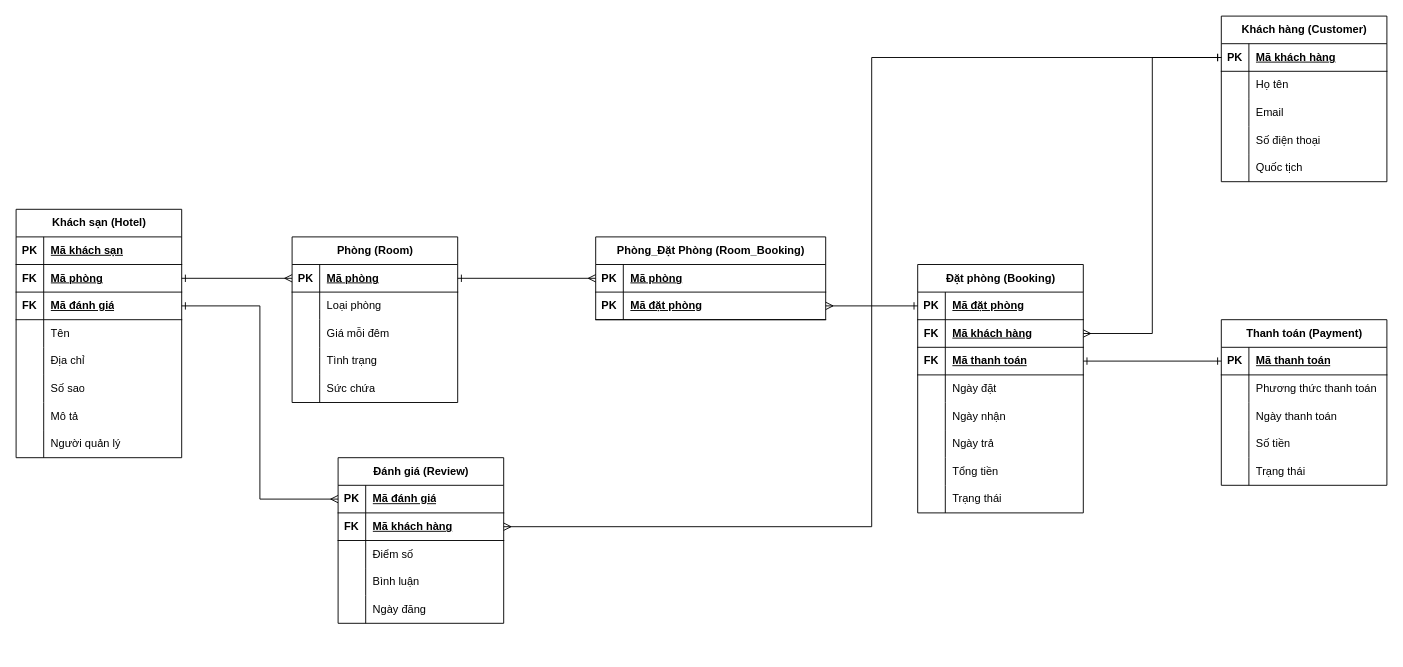
The draw.io diagram session-01/drawio/[ Giỏi ] Hệ thống Quản lý Đặt phòng Khách sạn.drawio in DungDev12/JB-IOC-PTHB260407, before the edit. Source tidied: cells renumbered, new cells numbered last; positions are measured from the earlier drawing's top-left corner, leaving out a move shared by most shapes. Both pictures are drawn from the tidied source at 92%, with x=0, y=0 at pixel (16, 16).
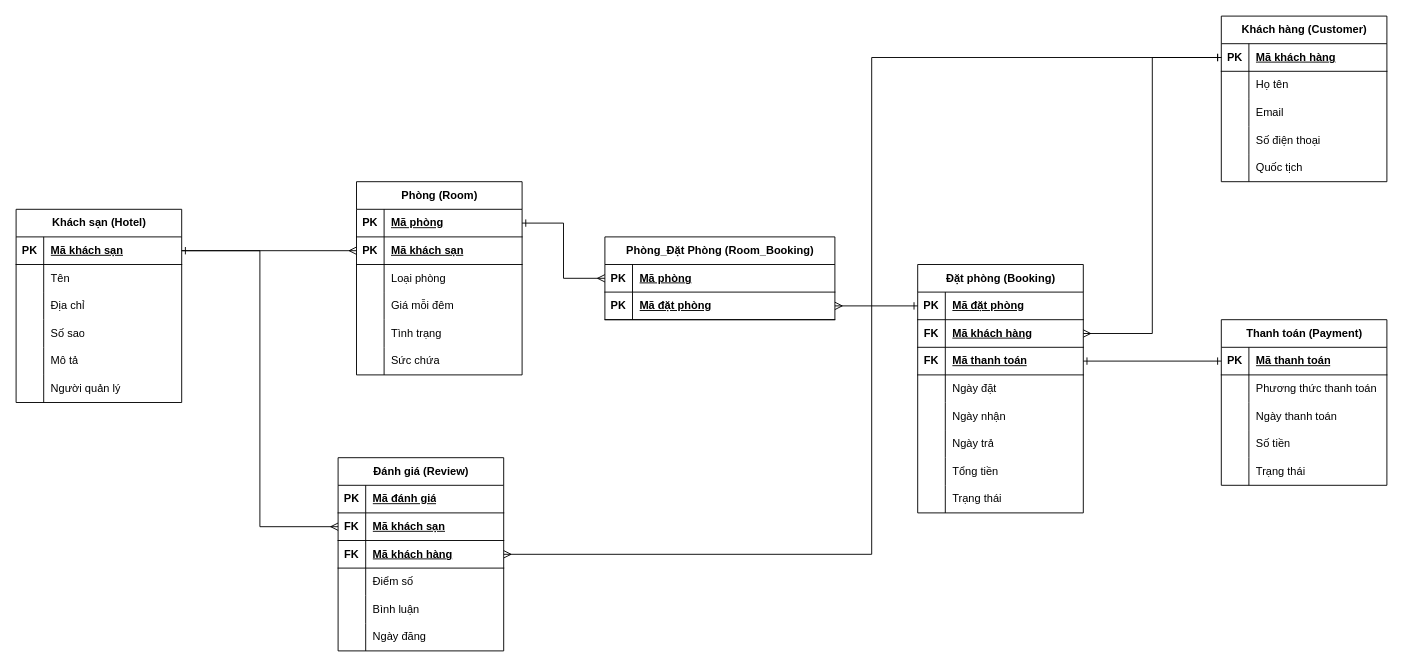
Above is the later version.

Unchanged cells that the change refers to:
```xml
<mxCell id="3" style="shape=tableRow;horizontal=0;startSize=0;swimlaneHead=0;swimlaneBody=0;fillColor=none;points=[[0,0.5],[1,0.5]];portConstraint=eastwest;top=0;left=0;right=0;bottom=1;" parent="2" vertex="1">
  <mxGeometry y="30" width="180" height="30" as="geometry" />
</mxCell>
<mxCell id="53" style="shape=tableRow;horizontal=0;startSize=0;swimlaneHead=0;swimlaneBody=0;fillColor=none;points=[[0,0.5],[1,0.5]];portConstraint=eastwest;top=0;left=0;right=0;bottom=1;" parent="52" vertex="1">
  <mxGeometry y="30" width="180" height="30" as="geometry" />
</mxCell>
<mxCell id="69" style="shape=tableRow;horizontal=0;startSize=0;swimlaneHead=0;swimlaneBody=0;fillColor=none;points=[[0,0.5],[1,0.5]];portConstraint=eastwest;top=0;left=0;right=0;bottom=1;" parent="68" vertex="1">
  <mxGeometry y="30" width="180" height="30" as="geometry" />
</mxCell>
<mxCell id="85" style="shape=tableRow;horizontal=0;startSize=0;swimlaneHead=0;swimlaneBody=0;fillColor=none;points=[[0,0.5],[1,0.5]];portConstraint=eastwest;top=0;left=0;right=0;bottom=1;" parent="84" vertex="1">
  <mxGeometry y="30" width="180" height="30" as="geometry" />
</mxCell>
```

Change to the diagram source:
```diff
@@
     <mxCell id="2" value="Khách sạn (Hotel)" style="shape=table;startSize=30;childLayout=tableLayout;rowLines=0;fontStyle=1;align=center;html=1;" parent="1" vertex="1">
-      <mxGeometry y="210" width="180" height="270" as="geometry" />
+      <mxGeometry y="210" width="180" height="210" as="geometry" />
     </mxCell>
@@
-    <mxCell id="6" style="shape=tableRow;horizontal=0;startSize=0;swimlaneHead=0;swimlaneBody=0;fillColor=none;points=[[0,0.5],[1,0.5]];portConstraint=eastwest;top=0;left=0;right=0;bottom=1;" parent="2" vertex="1">
-      <mxGeometry y="60" width="180" height="30" as="geometry" />
-    </mxCell>
-    <mxCell id="7" value="FK" style="shape=partialRectangle;fillColor=none;top=0;left=0;bottom=0;right=0;fontStyle=1;overflow=hidden;whiteSpace=wrap;html=1;" parent="6" vertex="1">
-      <mxGeometry width="30" height="30" as="geometry" />
-    </mxCell>
-    <mxCell id="8" value="Mã phòng" style="shape=partialRectangle;fillColor=none;top=0;left=0;bottom=0;right=0;align=left;spacingLeft=6;fontStyle=5;overflow=hidden;whiteSpace=wrap;html=1;" parent="6" vertex="1">
-      <mxGeometry x="30" width="150" height="30" as="geometry" />
-    </mxCell>
-    <mxCell id="9" style="shape=tableRow;horizontal=0;startSize=0;swimlaneHead=0;swimlaneBody=0;fillColor=none;points=[[0,0.5],[1,0.5]];portConstraint=eastwest;top=0;left=0;right=0;bottom=1;" parent="2" vertex="1">
-      <mxGeometry y="90" width="180" height="30" as="geometry" />
-    </mxCell>
-    <mxCell id="10" value="FK" style="shape=partialRectangle;fillColor=none;top=0;left=0;bottom=0;right=0;fontStyle=1;overflow=hidden;whiteSpace=wrap;html=1;" parent="9" vertex="1">
-      <mxGeometry width="30" height="30" as="geometry" />
-    </mxCell>
-    <mxCell id="11" value="Mã đánh giá" style="shape=partialRectangle;fillColor=none;top=0;left=0;bottom=0;right=0;align=left;spacingLeft=6;fontStyle=5;overflow=hidden;whiteSpace=wrap;html=1;" parent="9" vertex="1">
-      <mxGeometry x="30" width="150" height="30" as="geometry" />
-    </mxCell>
     <mxCell id="12" style="shape=tableRow;horizontal=0;startSize=0;swimlaneHead=0;swimlaneBody=0;fillColor=none;top=0;left=0;right=0;bottom=0;" parent="2" vertex="1">
-      <mxGeometry y="120" width="180" height="30" as="geometry" />
+      <mxGeometry y="60" width="180" height="30" as="geometry" />
     </mxCell>
@@
     <mxCell id="15" style="shape=tableRow;horizontal=0;startSize=0;swimlaneHead=0;swimlaneBody=0;fillColor=none;top=0;left=0;right=0;bottom=0;" parent="2" vertex="1">
-      <mxGeometry y="150" width="180" height="30" as="geometry" />
+      <mxGeometry y="90" width="180" height="30" as="geometry" />
     </mxCell>
@@
     <mxCell id="18" style="shape=tableRow;horizontal=0;startSize=0;swimlaneHead=0;swimlaneBody=0;fillColor=none;top=0;left=0;right=0;bottom=0;" parent="2" vertex="1">
-      <mxGeometry y="180" width="180" height="30" as="geometry" />
+      <mxGeometry y="120" width="180" height="30" as="geometry" />
     </mxCell>
@@
     <mxCell id="21" style="shape=tableRow;horizontal=0;startSize=0;swimlaneHead=0;swimlaneBody=0;fillColor=none;top=0;left=0;right=0;bottom=0;" parent="2" vertex="1">
-      <mxGeometry y="210" width="180" height="30" as="geometry" />
+      <mxGeometry y="150" width="180" height="30" as="geometry" />
     </mxCell>
@@
     <mxCell id="24" style="shape=tableRow;horizontal=0;startSize=0;swimlaneHead=0;swimlaneBody=0;fillColor=none;top=0;left=0;right=0;bottom=0;" parent="2" vertex="1">
-      <mxGeometry y="240" width="180" height="30" as="geometry" />
+      <mxGeometry y="180" width="180" height="30" as="geometry" />
     </mxCell>
@@
     <mxCell id="68" value="Phòng (Room)" style="shape=table;startSize=30;childLayout=tableLayout;rowLines=0;fontStyle=1;align=center;html=1;" parent="1" vertex="1">
-      <mxGeometry x="300" y="240" width="180" height="180" as="geometry" />
+      <mxGeometry x="370" y="180" width="180" height="210" as="geometry" />
     </mxCell>
@@
+    <mxCell id="130" style="shape=tableRow;horizontal=0;startSize=0;swimlaneHead=0;swimlaneBody=0;fillColor=none;points=[[0,0.5],[1,0.5]];portConstraint=eastwest;top=0;left=0;right=0;bottom=1;" parent="68" vertex="1">
+      <mxGeometry y="60" width="180" height="30" as="geometry" />
+    </mxCell>
+    <mxCell id="131" value="PK" style="shape=partialRectangle;fillColor=none;top=0;left=0;bottom=0;right=0;fontStyle=1;overflow=hidden;whiteSpace=wrap;html=1;" parent="130" vertex="1">
+      <mxGeometry width="30" height="30" as="geometry" />
+    </mxCell>
+    <mxCell id="132" value="Mã khách sạn" style="shape=partialRectangle;fillColor=none;top=0;left=0;bottom=0;right=0;align=left;spacingLeft=6;fontStyle=5;overflow=hidden;whiteSpace=wrap;html=1;" parent="130" vertex="1">
+      <mxGeometry x="30" width="150" height="30" as="geometry" />
+    </mxCell>
     <mxCell id="72" style="shape=tableRow;horizontal=0;startSize=0;swimlaneHead=0;swimlaneBody=0;fillColor=none;top=0;left=0;right=0;bottom=0;" parent="68" vertex="1">
-      <mxGeometry y="60" width="180" height="30" as="geometry" />
+      <mxGeometry y="90" width="180" height="30" as="geometry" />
     </mxCell>
@@
     <mxCell id="75" style="shape=tableRow;horizontal=0;startSize=0;swimlaneHead=0;swimlaneBody=0;fillColor=none;top=0;left=0;right=0;bottom=0;" parent="68" vertex="1">
-      <mxGeometry y="90" width="180" height="30" as="geometry" />
+      <mxGeometry y="120" width="180" height="30" as="geometry" />
     </mxCell>
@@
     <mxCell id="78" style="shape=tableRow;horizontal=0;startSize=0;swimlaneHead=0;swimlaneBody=0;fillColor=none;top=0;left=0;right=0;bottom=0;" parent="68" vertex="1">
-      <mxGeometry y="120" width="180" height="30" as="geometry" />
+      <mxGeometry y="150" width="180" height="30" as="geometry" />
     </mxCell>
@@
     <mxCell id="81" style="shape=tableRow;horizontal=0;startSize=0;swimlaneHead=0;swimlaneBody=0;fillColor=none;top=0;left=0;right=0;bottom=0;" parent="68" vertex="1">
-      <mxGeometry y="150" width="180" height="30" as="geometry" />
+      <mxGeometry y="180" width="180" height="30" as="geometry" />
     </mxCell>
@@
     <mxCell id="84" value="Đánh giá (Review)" style="shape=table;startSize=30;childLayout=tableLayout;rowLines=0;fontStyle=1;align=center;html=1;" parent="1" vertex="1">
-      <mxGeometry x="350" y="480" width="180" height="180" as="geometry" />
+      <mxGeometry x="350" y="480" width="180" height="210" as="geometry" />
     </mxCell>
@@
+    <mxCell id="133" style="shape=tableRow;horizontal=0;startSize=0;swimlaneHead=0;swimlaneBody=0;fillColor=none;points=[[0,0.5],[1,0.5]];portConstraint=eastwest;top=0;left=0;right=0;bottom=1;" parent="84" vertex="1">
+      <mxGeometry y="60" width="180" height="30" as="geometry" />
+    </mxCell>
+    <mxCell id="134" value="FK" style="shape=partialRectangle;fillColor=none;top=0;left=0;bottom=0;right=0;fontStyle=1;overflow=hidden;whiteSpace=wrap;html=1;" parent="133" vertex="1">
+      <mxGeometry width="30" height="30" as="geometry" />
+    </mxCell>
+    <mxCell id="135" value="Mã khách sạn" style="shape=partialRectangle;fillColor=none;top=0;left=0;bottom=0;right=0;align=left;spacingLeft=6;fontStyle=5;overflow=hidden;whiteSpace=wrap;html=1;" parent="133" vertex="1">
+      <mxGeometry x="30" width="150" height="30" as="geometry" />
+    </mxCell>
     <mxCell id="88" style="shape=tableRow;horizontal=0;startSize=0;swimlaneHead=0;swimlaneBody=0;fillColor=none;points=[[0,0.5],[1,0.5]];portConstraint=eastwest;top=0;left=0;right=0;bottom=1;" parent="84" vertex="1">
-      <mxGeometry y="60" width="180" height="30" as="geometry" />
+      <mxGeometry y="90" width="180" height="30" as="geometry" />
     </mxCell>
@@
     <mxCell id="91" style="shape=tableRow;horizontal=0;startSize=0;swimlaneHead=0;swimlaneBody=0;fillColor=none;top=0;left=0;right=0;bottom=0;" parent="84" vertex="1">
-      <mxGeometry y="90" width="180" height="30" as="geometry" />
+      <mxGeometry y="120" width="180" height="30" as="geometry" />
     </mxCell>
@@
     <mxCell id="94" style="shape=tableRow;horizontal=0;startSize=0;swimlaneHead=0;swimlaneBody=0;fillColor=none;top=0;left=0;right=0;bottom=0;" parent="84" vertex="1">
-      <mxGeometry y="120" width="180" height="30" as="geometry" />
+      <mxGeometry y="150" width="180" height="30" as="geometry" />
     </mxCell>
@@
     <mxCell id="97" style="shape=tableRow;horizontal=0;startSize=0;swimlaneHead=0;swimlaneBody=0;fillColor=none;top=0;left=0;right=0;bottom=0;" parent="84" vertex="1">
-      <mxGeometry y="150" width="180" height="30" as="geometry" />
+      <mxGeometry y="180" width="180" height="30" as="geometry" />
     </mxCell>
@@
     <mxCell id="100" value="Phòng_Đặt Phòng (Room_Booking)" style="shape=table;startSize=30;childLayout=tableLayout;rowLines=0;fontStyle=1;align=center;html=1;" parent="1" vertex="1">
-      <mxGeometry x="630" y="240" width="250" height="90" as="geometry" />
+      <mxGeometry x="640" y="240" width="250" height="90" as="geometry" />
     </mxCell>
@@
-    <mxCell id="123" style="edgeStyle=orthogonalEdgeStyle;rounded=0;jettySize=auto;html=1;entryX=0;entryY=0.5;entryDx=0;entryDy=0;endArrow=ERmany;endFill=0;startArrow=ERone;startFill=0;" parent="1" edge="1" source="6" target="69">
-      <mxGeometry relative="1" as="geometry" />
-    </mxCell>
-    <mxCell id="124" style="edgeStyle=orthogonalEdgeStyle;rounded=0;jettySize=auto;html=1;entryX=0;entryY=0.5;entryDx=0;entryDy=0;endArrow=ERmany;endFill=0;startArrow=ERone;startFill=0;" parent="1" edge="1" source="9" target="85">
-      <mxGeometry relative="1" as="geometry" />
-    </mxCell>
@@
     <mxCell id="129" style="edgeStyle=orthogonalEdgeStyle;rounded=0;jettySize=auto;html=1;entryX=1;entryY=0.5;entryDx=0;entryDy=0;noJump=0;endArrow=ERmany;endFill=0;startArrow=ERone;startFill=0;" parent="1" edge="1" source="53" target="88">
       <mxGeometry relative="1" as="geometry">
         <Array as="points">
           <mxPoint x="930" y="45" />
-          <mxPoint x="930" y="555" />
+          <mxPoint x="930" y="585" />
         </Array>
       </mxGeometry>
     </mxCell>
+    <mxCell id="136" style="edgeStyle=orthogonalEdgeStyle;rounded=0;jettySize=auto;html=1;entryX=0;entryY=0.5;entryDx=0;entryDy=0;endArrow=ERmany;endFill=0;startArrow=ERone;startFill=0;" parent="1" edge="1" source="3" target="133">
+      <mxGeometry relative="1" as="geometry" />
+    </mxCell>
+    <mxCell id="137" style="edgeStyle=orthogonalEdgeStyle;rounded=0;jettySize=auto;html=1;entryX=0;entryY=0.5;entryDx=0;entryDy=0;endArrow=ERmany;endFill=0;" parent="1" edge="1" source="3" target="130">
+      <mxGeometry relative="1" as="geometry" />
+    </mxCell>
```
